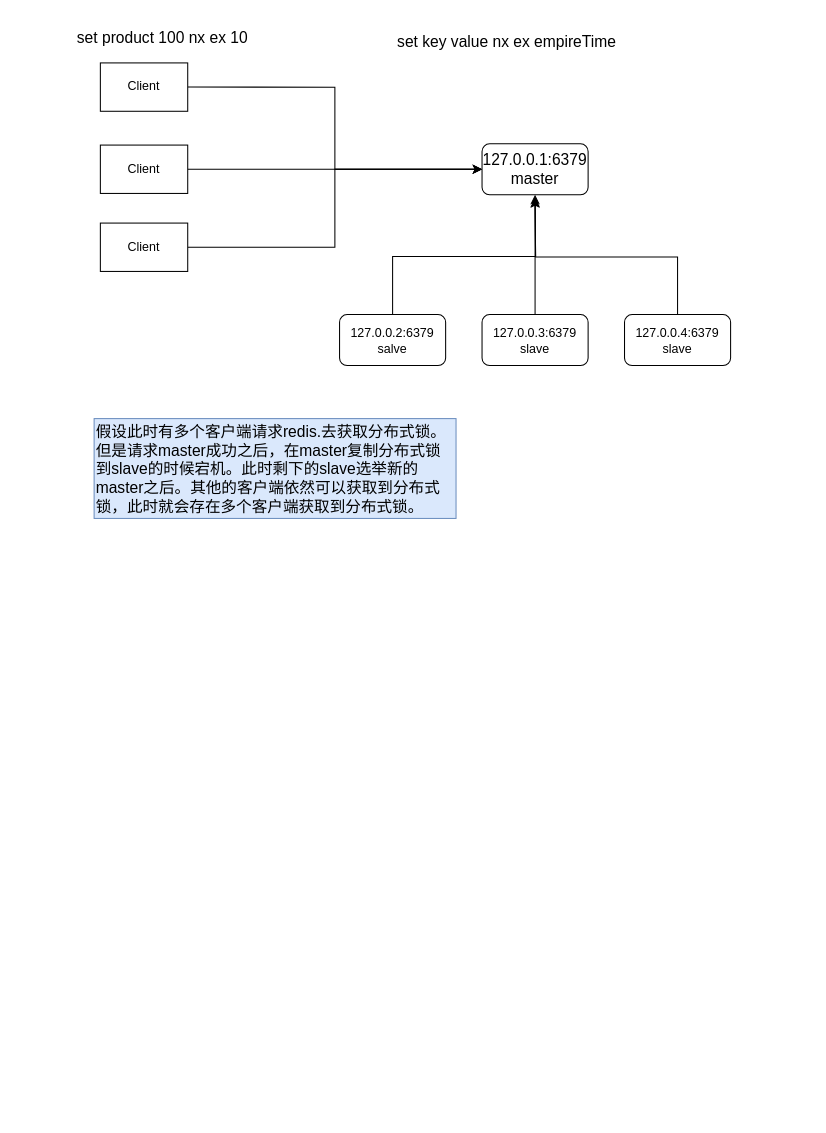
This is Untitled Diagram.drawio from gosaintmrc/image, a draw.io file, before an edit. Source tidied: cells renumbered, new cells numbered last; positions are measured from the earlier drawing's top-left corner, leaving out a move shared by most shapes. Both pictures are drawn from the tidied source at 104%, with x=0, y=0 at pixel (18, 18).
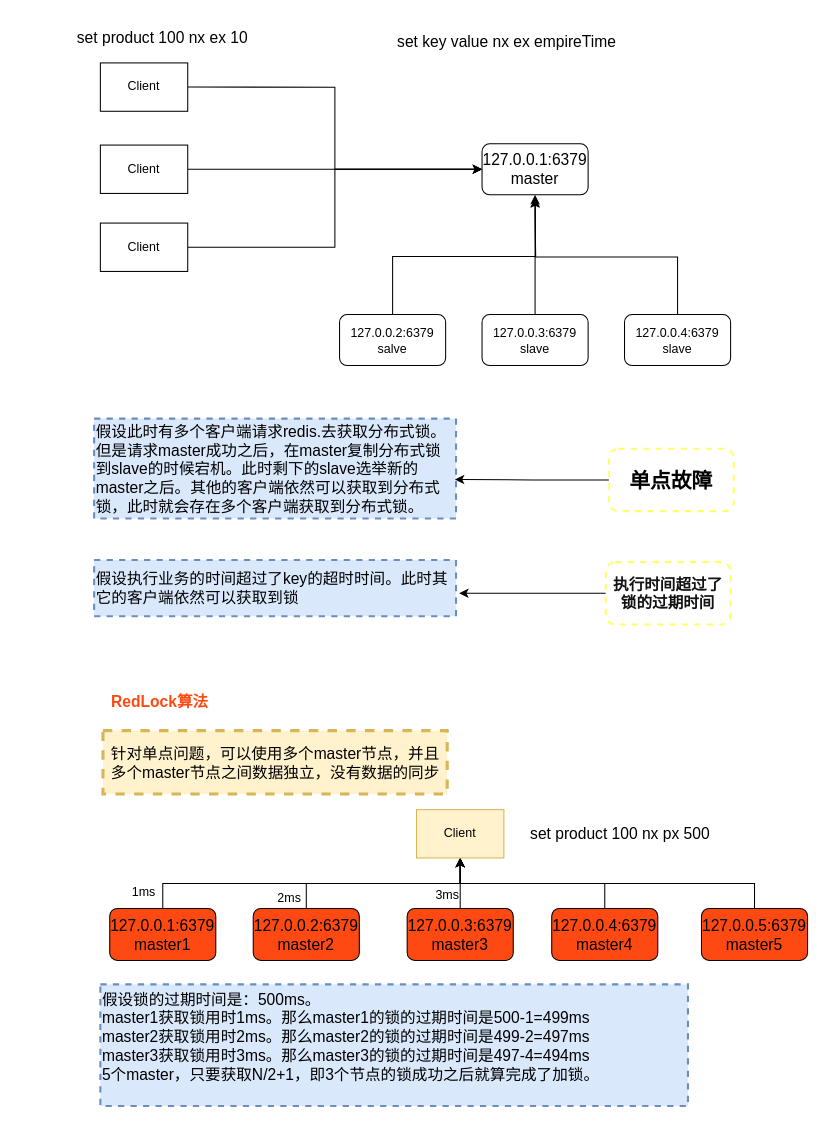
After the change.

Diff of the diagram source:
```diff
@@
-    <mxCell id="17" value="&lt;div&gt;&lt;span style=&quot;font-size: 15px&quot;&gt;假设此时&lt;/span&gt;&lt;font style=&quot;font-size: 15px&quot;&gt;有多个客户端请求redis.去获取分布式锁。但是请求master成功之后，在master复制分布式锁到slave的时候宕机。此时剩下的slave选举新的master之后。其他的客户端依然可以获取到分布式锁，此时就会存在多个客户端获取到分布式锁。&lt;/font&gt;&lt;br&gt;&lt;/div&gt;" style="text;html=1;strokeColor=#6c8ebf;fillColor=#dae8fc;align=left;verticalAlign=middle;whiteSpace=wrap;rounded=0;" parent="1" vertex="1">
+    <mxCell id="17" value="&lt;div&gt;&lt;span style=&quot;font-size: 15px&quot;&gt;假设此时&lt;/span&gt;&lt;font style=&quot;font-size: 15px&quot;&gt;有多个客户端请求redis.去获取分布式锁。但是请求master成功之后，在master复制分布式锁到slave的时候宕机。此时剩下的slave选举新的master之后。其他的客户端依然可以获取到分布式锁，此时就会存在多个客户端获取到分布式锁。&lt;/font&gt;&lt;br&gt;&lt;/div&gt;" style="text;html=1;strokeColor=#6c8ebf;fillColor=#dae8fc;align=left;verticalAlign=middle;whiteSpace=wrap;rounded=0;dashed=1;strokeWidth=2;" parent="1" vertex="1">
       <mxGeometry x="73" y="385" width="348" height="96" as="geometry" />
     </mxCell>
+    <mxCell id="18" style="edgeStyle=orthogonalEdgeStyle;rounded=0;jettySize=auto;html=1;exitX=0;exitY=0.5;exitDx=0;exitDy=0;entryX=0.997;entryY=0.61;entryDx=0;entryDy=0;entryPerimeter=0;strokeWidth=1;" parent="1" edge="1" source="19" target="17">
+      <mxGeometry relative="1" as="geometry" />
+    </mxCell>
+    <mxCell id="19" value="&lt;b&gt;&lt;font style=&quot;font-size: 20px&quot;&gt;单点故障&lt;/font&gt;&lt;/b&gt;" style="rounded=1;whiteSpace=wrap;html=1;strokeWidth=2;dashed=1;strokeColor=#FFFF66;" parent="1" vertex="1">
+      <mxGeometry x="568" y="414" width="120" height="60" as="geometry" />
+    </mxCell>
+    <mxCell id="20" value="&lt;div&gt;&lt;span style=&quot;font-size: 15px&quot;&gt;假设执行业务的时间超过了key的超时时间。此时其它的客户端依然可以获取到锁&lt;/span&gt;&lt;/div&gt;" style="text;html=1;strokeColor=#6c8ebf;fillColor=#dae8fc;align=left;verticalAlign=middle;whiteSpace=wrap;rounded=0;dashed=1;strokeWidth=2;" parent="1" vertex="1">
+      <mxGeometry x="73" y="521" width="348" height="54" as="geometry" />
+    </mxCell>
+    <mxCell id="21" style="edgeStyle=orthogonalEdgeStyle;rounded=0;jettySize=auto;html=1;exitX=0;exitY=0.5;exitDx=0;exitDy=0;strokeWidth=1;" parent="1" edge="1" source="22">
+      <mxGeometry relative="1" as="geometry">
+        <mxPoint x="424" y="553" as="targetPoint" />
+      </mxGeometry>
+    </mxCell>
+    <mxCell id="22" value="&lt;span style=&quot;color: rgb(18 , 18 , 18) ; font-family: , &amp;#34;blinkmacsystemfont&amp;#34; , &amp;#34;helvetica neue&amp;#34; , &amp;#34;pingfang sc&amp;#34; , &amp;#34;microsoft yahei&amp;#34; , &amp;#34;source han sans sc&amp;#34; , &amp;#34;noto sans cjk sc&amp;#34; , &amp;#34;wenquanyi micro hei&amp;#34; , sans-serif ; font-size: 15px ; text-align: left ; background-color: rgb(255 , 255 , 255) ; font-weight: 600&quot;&gt;执行时间超过了锁的过期时间&lt;/span&gt;" style="rounded=1;whiteSpace=wrap;html=1;strokeWidth=2;dashed=1;strokeColor=#FFFF66;" parent="1" vertex="1">
+      <mxGeometry x="565" y="523" width="120" height="60" as="geometry" />
+    </mxCell>
+    <mxCell id="23" value="&lt;font style=&quot;font-size: 15px&quot; color=&quot;#ff4912&quot;&gt;&lt;b&gt;RedLock算法&lt;/b&gt;&lt;/font&gt;" style="text;html=1;strokeColor=none;fillColor=none;align=center;verticalAlign=middle;whiteSpace=wrap;rounded=0;" parent="1" vertex="1">
+      <mxGeometry x="73" y="645" width="127" height="24" as="geometry" />
+    </mxCell>
+    <mxCell id="24" value="&lt;span style=&quot;font-size: 15px&quot;&gt;针对单点问题，可以使用多个master节点，并且多个master节点之间数据独立，没有数据的同步&lt;/span&gt;" style="text;html=1;strokeColor=#d6b656;fillColor=#fff2cc;align=center;verticalAlign=middle;whiteSpace=wrap;rounded=0;dashed=1;strokeWidth=3;" parent="1" vertex="1">
+      <mxGeometry x="81.5" y="685" width="331" height="61" as="geometry" />
+    </mxCell>
+    <mxCell id="25" style="edgeStyle=elbowEdgeStyle;rounded=0;jettySize=auto;elbow=vertical;html=1;exitX=0.5;exitY=0;exitDx=0;exitDy=0;entryX=0.5;entryY=1;entryDx=0;entryDy=0;strokeWidth=1;" parent="1" edge="1" source="26" target="35">
+      <mxGeometry relative="1" as="geometry" />
+    </mxCell>
+    <mxCell id="26" value="&lt;font style=&quot;vertical-align: inherit ; font-size: 15px&quot;&gt;&lt;font style=&quot;vertical-align: inherit ; font-size: 15px&quot;&gt;127.0.0.1:6379&lt;br&gt;master1&lt;br&gt;&lt;/font&gt;&lt;/font&gt;" style="rounded=1;whiteSpace=wrap;html=1;fillColor=#FF4912;" parent="1" vertex="1">
+      <mxGeometry x="88" y="856" width="102" height="50" as="geometry" />
+    </mxCell>
+    <mxCell id="27" style="edgeStyle=elbowEdgeStyle;rounded=0;jettySize=auto;elbow=vertical;html=1;exitX=0.5;exitY=0;exitDx=0;exitDy=0;entryX=0.5;entryY=1;entryDx=0;entryDy=0;strokeWidth=1;" parent="1" edge="1" source="28" target="35">
+      <mxGeometry relative="1" as="geometry" />
+    </mxCell>
+    <mxCell id="28" value="&lt;font style=&quot;vertical-align: inherit ; font-size: 15px&quot;&gt;&lt;font style=&quot;vertical-align: inherit ; font-size: 15px&quot;&gt;127.0.0.2:6379&lt;br&gt;master2&lt;br&gt;&lt;/font&gt;&lt;/font&gt;" style="rounded=1;whiteSpace=wrap;html=1;fillColor=#FF4912;" parent="1" vertex="1">
+      <mxGeometry x="226" y="856" width="102" height="50" as="geometry" />
+    </mxCell>
+    <mxCell id="29" style="edgeStyle=elbowEdgeStyle;rounded=0;jettySize=auto;elbow=vertical;html=1;exitX=0.5;exitY=0;exitDx=0;exitDy=0;entryX=0.5;entryY=1;entryDx=0;entryDy=0;strokeWidth=1;" parent="1" edge="1" source="30" target="35">
+      <mxGeometry relative="1" as="geometry" />
+    </mxCell>
+    <mxCell id="30" value="&lt;font style=&quot;vertical-align: inherit ; font-size: 15px&quot;&gt;&lt;font style=&quot;vertical-align: inherit ; font-size: 15px&quot;&gt;127.0.0.3:6379&lt;br&gt;master3&lt;br&gt;&lt;/font&gt;&lt;/font&gt;" style="rounded=1;whiteSpace=wrap;html=1;fillColor=#FF4912;" parent="1" vertex="1">
+      <mxGeometry x="374" y="856" width="102" height="50" as="geometry" />
+    </mxCell>
+    <mxCell id="31" style="edgeStyle=elbowEdgeStyle;rounded=0;jettySize=auto;elbow=vertical;html=1;exitX=0.5;exitY=0;exitDx=0;exitDy=0;entryX=0.5;entryY=1;entryDx=0;entryDy=0;strokeWidth=1;" parent="1" edge="1" source="32" target="35">
+      <mxGeometry relative="1" as="geometry" />
+    </mxCell>
+    <mxCell id="32" value="&lt;font style=&quot;vertical-align: inherit ; font-size: 15px&quot;&gt;&lt;font style=&quot;vertical-align: inherit ; font-size: 15px&quot;&gt;127.0.0.4:6379&lt;br&gt;master4&lt;br&gt;&lt;/font&gt;&lt;/font&gt;" style="rounded=1;whiteSpace=wrap;html=1;fillColor=#FF4912;" parent="1" vertex="1">
+      <mxGeometry x="513" y="856" width="102" height="50" as="geometry" />
+    </mxCell>
+    <mxCell id="33" style="edgeStyle=elbowEdgeStyle;rounded=0;jettySize=auto;elbow=vertical;html=1;exitX=0.5;exitY=0;exitDx=0;exitDy=0;entryX=0.5;entryY=1;entryDx=0;entryDy=0;strokeWidth=1;" parent="1" edge="1" source="34" target="35">
+      <mxGeometry relative="1" as="geometry" />
+    </mxCell>
+    <mxCell id="34" value="&lt;font style=&quot;vertical-align: inherit ; font-size: 15px&quot;&gt;&lt;font style=&quot;vertical-align: inherit ; font-size: 15px&quot;&gt;127.0.0.5:6379&lt;br&gt;master5&lt;br&gt;&lt;/font&gt;&lt;/font&gt;" style="rounded=1;whiteSpace=wrap;html=1;fillColor=#FF4912;" parent="1" vertex="1">
+      <mxGeometry x="657" y="856" width="102" height="50" as="geometry" />
+    </mxCell>
+    <mxCell id="35" value="Client" style="rounded=0;whiteSpace=wrap;html=1;fillColor=#fff2cc;strokeColor=#d6b656;" parent="1" vertex="1">
+      <mxGeometry x="383" y="761" width="84" height="46.5" as="geometry" />
+    </mxCell>
+    <mxCell id="36" value="&lt;font style=&quot;vertical-align: inherit ; font-size: 15px&quot;&gt;set product 100 nx&amp;nbsp;px 500&lt;/font&gt;" style="text;html=1;strokeColor=none;fillColor=none;align=center;verticalAlign=middle;whiteSpace=wrap;rounded=0;" parent="1" vertex="1">
+      <mxGeometry x="440" y="766.8" width="278" height="35" as="geometry" />
+    </mxCell>
+    <mxCell id="37" value="1ms" style="text;html=1;strokeColor=none;fillColor=none;align=center;verticalAlign=middle;whiteSpace=wrap;rounded=0;dashed=1;" parent="1" vertex="1">
+      <mxGeometry x="101" y="831" width="40" height="20" as="geometry" />
+    </mxCell>
+    <mxCell id="38" value="2ms" style="text;html=1;strokeColor=none;fillColor=none;align=center;verticalAlign=middle;whiteSpace=wrap;rounded=0;dashed=1;" parent="1" vertex="1">
+      <mxGeometry x="241" y="836" width="40" height="20" as="geometry" />
+    </mxCell>
+    <mxCell id="39" value="3ms" style="text;html=1;strokeColor=none;fillColor=none;align=center;verticalAlign=middle;whiteSpace=wrap;rounded=0;dashed=1;" parent="1" vertex="1">
+      <mxGeometry x="393" y="833" width="40" height="20" as="geometry" />
+    </mxCell>
+    <mxCell id="40" value="&lt;font style=&quot;font-size: 15px&quot;&gt;假设锁的过期时间是：500ms。&lt;br&gt;master1获取锁用时1ms。那么master1的锁的过期时间是500-1=499ms&lt;br&gt;master2获取锁用时2ms。那么master2的锁的过期时间是499-2=497ms&lt;br&gt;master3获取锁用时3ms。那么master3的锁的过期时间是497-4=494ms&lt;br&gt;5个master，只要获取N/2+1，即3个节点的锁成功之后就算完成了加锁。&lt;br&gt;&lt;br&gt;&lt;/font&gt;" style="text;html=1;strokeColor=#6c8ebf;fillColor=#dae8fc;align=left;verticalAlign=middle;whiteSpace=wrap;rounded=0;dashed=1;strokeWidth=2;" parent="1" vertex="1">
+      <mxGeometry x="79" y="929" width="565" height="117" as="geometry" />
+    </mxCell>
+    <mxCell id="41" style="edgeStyle=elbowEdgeStyle;rounded=0;orthogonalLoop=1;jettySize=auto;elbow=vertical;html=1;exitX=0.5;exitY=1;exitDx=0;exitDy=0;strokeWidth=1;" parent="1" edge="1" source="40" target="40">
+      <mxGeometry relative="1" as="geometry">
+        <Array as="points">
+          <mxPoint x="351" y="1043" />
+        </Array>
+      </mxGeometry>
+    </mxCell>
```
